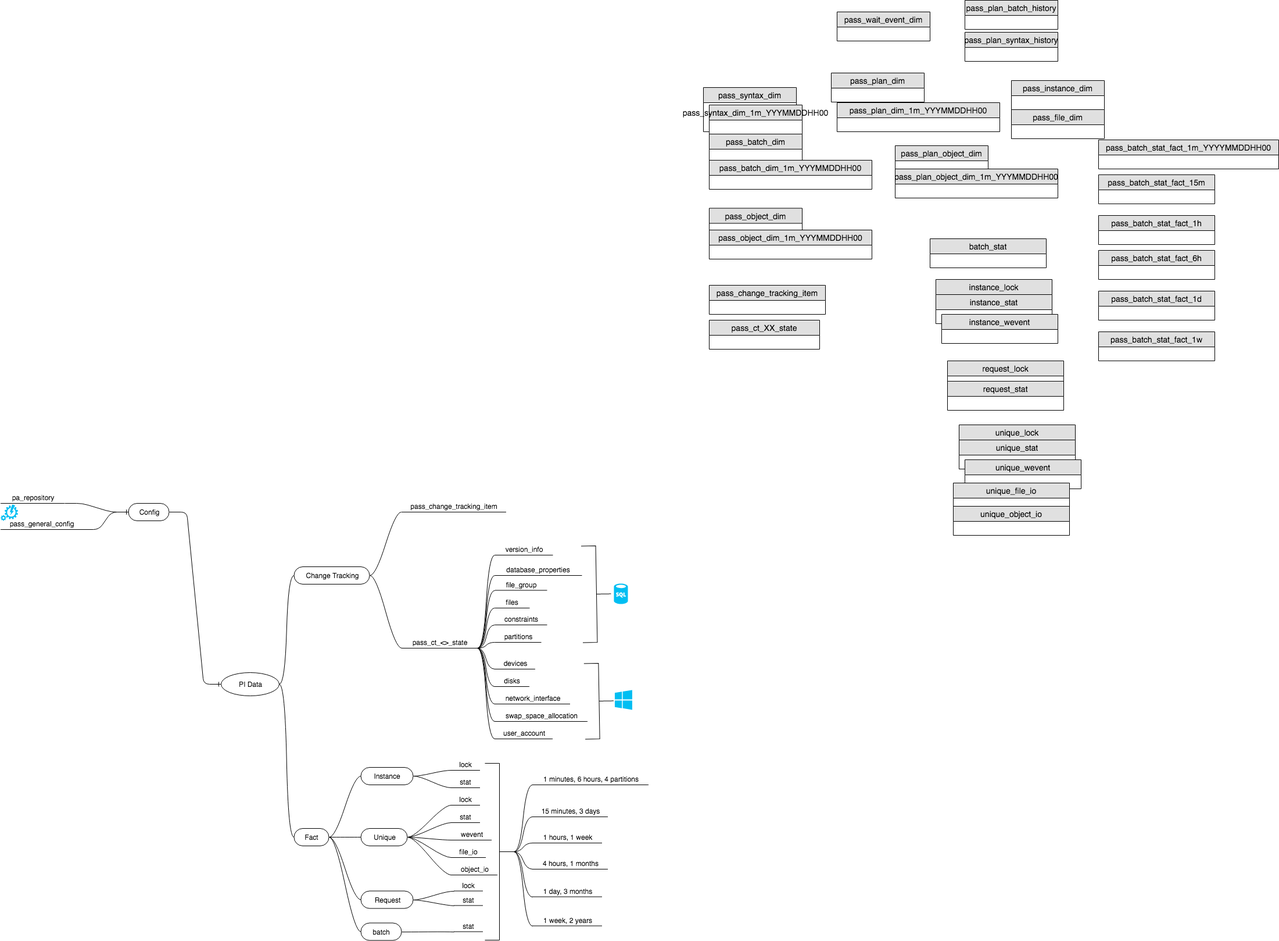
Earlier version of the draw.io export FogDB/PI/images/schema-overview.png (kevin-wang-cy/ibala). Source tidied: cells renumbered, new cells last; positions are measured from the earlier drawing's top-left corner, leaving out a move shared by most shapes.
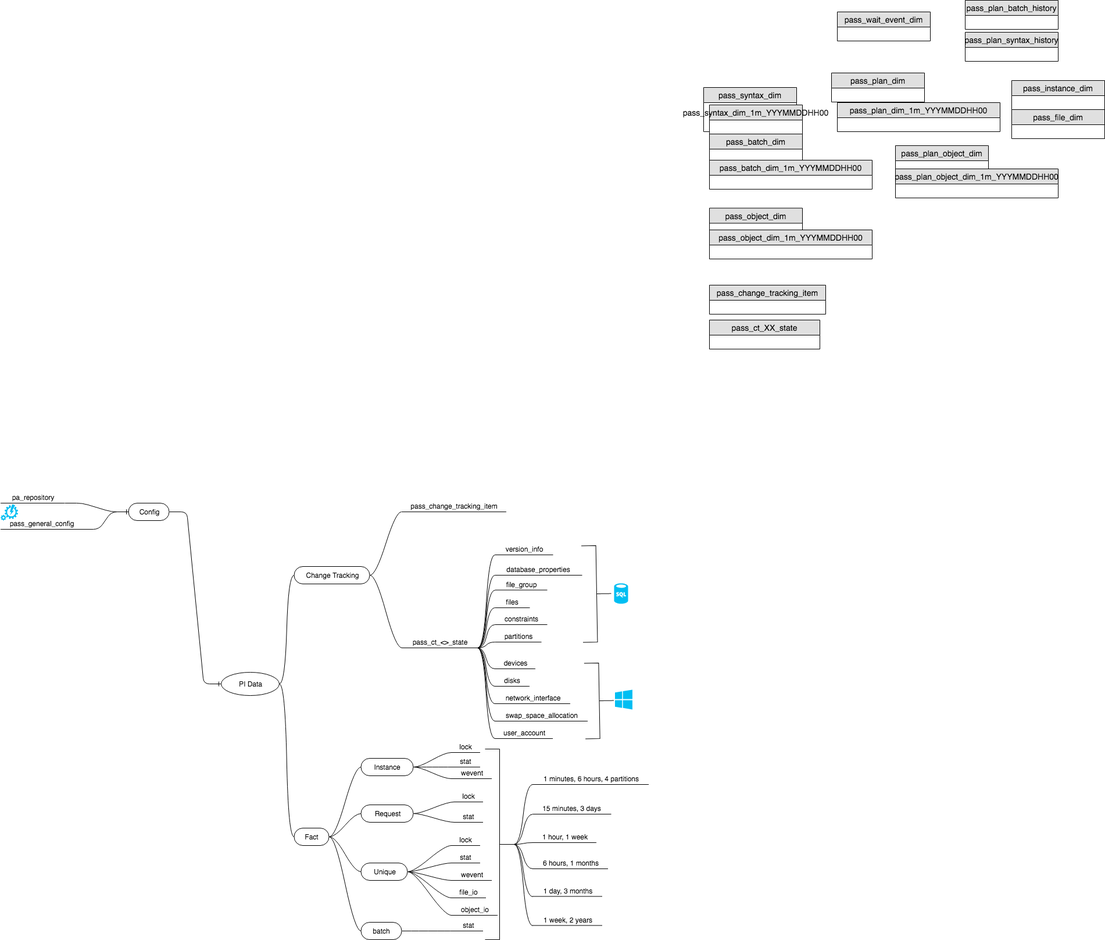
Above is the later version.

The edit, as a diff of the source:
```diff
@@ -8,27 +8,6 @@
     <mxCell id="3" value="pass_batch_dim_1m_YYYMMDDHH00" style="swimlane;fontStyle=0;horizontal=1;startSize=26;fillColor=#e0e0e0;swimlaneFillColor=#ffffff;align=center;fontSize=14;" parent="1" vertex="1">
       <mxGeometry x="1220" y="275" width="280" height="50" as="geometry" />
     </mxCell>
-    <mxCell id="4" value="pass_batch_stat_fact_1d" style="swimlane;fontStyle=0;horizontal=1;startSize=26;fillColor=#e0e0e0;swimlaneFillColor=#ffffff;align=center;fontSize=14;" parent="1" vertex="1">
-      <mxGeometry x="1890" y="500" width="200" height="50" as="geometry" />
-    </mxCell>
-    <mxCell id="5" value="pass_batch_stat_fact_15m" style="swimlane;fontStyle=0;horizontal=1;startSize=26;fillColor=#e0e0e0;swimlaneFillColor=#ffffff;align=center;fontSize=14;" parent="1" vertex="1">
-      <mxGeometry x="1890" y="300" width="200" height="50" as="geometry" />
-    </mxCell>
-    <mxCell id="6" value="pass_batch_stat_fact_1h" style="swimlane;fontStyle=0;horizontal=1;startSize=26;fillColor=#e0e0e0;swimlaneFillColor=#ffffff;align=center;fontSize=14;" parent="1" vertex="1">
-      <mxGeometry x="1890" y="370" width="200" height="50" as="geometry" />
-    </mxCell>
-    <mxCell id="7" value="pass_batch_stat_fact_6h" style="swimlane;fontStyle=0;horizontal=1;startSize=26;fillColor=#e0e0e0;swimlaneFillColor=#ffffff;align=center;fontSize=14;" parent="1" vertex="1">
-      <mxGeometry x="1890" y="430" width="200" height="50" as="geometry" />
-    </mxCell>
-    <mxCell id="8" value="pass_batch_stat_fact_1w" style="swimlane;fontStyle=0;horizontal=1;startSize=26;fillColor=#e0e0e0;swimlaneFillColor=#ffffff;align=center;fontSize=14;" parent="1" vertex="1">
-      <mxGeometry x="1890" y="570" width="200" height="50" as="geometry" />
-    </mxCell>
-    <mxCell id="9" value="pass_batch_stat_fact_1m_YYYYMMDDHH00" style="swimlane;fontStyle=0;horizontal=1;startSize=26;fillColor=#e0e0e0;swimlaneFillColor=#ffffff;align=center;fontSize=14;" parent="1" vertex="1">
-      <mxGeometry x="1890" y="240" width="310" height="50" as="geometry" />
-    </mxCell>
-    <mxCell id="10" value="batch_stat" style="swimlane;fontStyle=0;horizontal=1;startSize=26;fillColor=#e0e0e0;swimlaneFillColor=#ffffff;align=center;fontSize=14;" parent="1" vertex="1">
-      <mxGeometry x="1600" y="410" width="200" height="50" as="geometry" />
-    </mxCell>
     <mxCell id="11" value="pass_change_tracking_item" style="swimlane;fontStyle=0;horizontal=1;startSize=26;fillColor=#e0e0e0;swimlaneFillColor=#ffffff;align=center;fontSize=14;" parent="1" vertex="1">
       <mxGeometry x="1220" y="490" width="200" height="50" as="geometry" />
     </mxCell>
@@ -41,15 +20,6 @@
     <mxCell id="14" value="pass_instance_dim" style="swimlane;fontStyle=0;horizontal=1;startSize=26;fillColor=#e0e0e0;swimlaneFillColor=#ffffff;align=center;fontSize=14;" parent="1" vertex="1">
       <mxGeometry x="1740" y="138" width="160" height="50" as="geometry" />
     </mxCell>
-    <mxCell id="15" value="instance_lock" style="swimlane;fontStyle=0;horizontal=1;startSize=26;fillColor=#e0e0e0;swimlaneFillColor=#ffffff;align=center;fontSize=14;" parent="1" vertex="1">
-      <mxGeometry x="1610" y="480" width="200" height="76" as="geometry" />
-    </mxCell>
-    <mxCell id="16" value="instance_stat" style="swimlane;fontStyle=0;horizontal=1;startSize=26;fillColor=#e0e0e0;swimlaneFillColor=#ffffff;align=center;fontSize=14;" parent="15" vertex="1">
-      <mxGeometry y="26" width="200" height="50" as="geometry" />
-    </mxCell>
-    <mxCell id="17" value="instance_wevent" style="swimlane;fontStyle=0;horizontal=1;startSize=26;fillColor=#e0e0e0;swimlaneFillColor=#ffffff;align=center;fontSize=14;" parent="1" vertex="1">
-      <mxGeometry x="1620" y="540" width="200" height="50" as="geometry" />
-    </mxCell>
     <mxCell id="18" value="pass_object_dim" style="swimlane;fontStyle=0;horizontal=1;startSize=26;fillColor=#e0e0e0;swimlaneFillColor=#ffffff;align=center;fontSize=14;" parent="1" vertex="1">
       <mxGeometry x="1220" y="357.5" width="160" height="50" as="geometry" />
     </mxCell>
@@ -74,30 +44,9 @@
     <mxCell id="25" value="pass_plan_syntax_history" style="swimlane;fontStyle=0;horizontal=1;startSize=26;fillColor=#e0e0e0;swimlaneFillColor=#ffffff;align=center;fontSize=14;" parent="1" vertex="1">
       <mxGeometry x="1660" y="55" width="160" height="50" as="geometry" />
     </mxCell>
-    <mxCell id="26" value="request_lock" style="swimlane;fontStyle=0;horizontal=1;startSize=26;fillColor=#e0e0e0;swimlaneFillColor=#ffffff;align=center;fontSize=14;" parent="1" vertex="1">
-      <mxGeometry x="1630" y="620" width="200" height="50" as="geometry" />
-    </mxCell>
-    <mxCell id="27" value="request_stat" style="swimlane;fontStyle=0;horizontal=1;startSize=26;fillColor=#e0e0e0;swimlaneFillColor=#ffffff;align=center;fontSize=14;" parent="1" vertex="1">
-      <mxGeometry x="1630" y="655" width="200" height="50" as="geometry" />
-    </mxCell>
     <mxCell id="28" value="pass_syntax_dim" style="swimlane;fontStyle=0;horizontal=1;startSize=26;fillColor=#e0e0e0;swimlaneFillColor=#ffffff;align=center;fontSize=14;" parent="1" vertex="1">
       <mxGeometry x="1210" y="150" width="160" height="76" as="geometry" />
     </mxCell>
-    <mxCell id="29" value="unique_lock" style="swimlane;fontStyle=0;horizontal=1;startSize=26;fillColor=#e0e0e0;swimlaneFillColor=#ffffff;align=center;fontSize=14;" parent="1" vertex="1">
-      <mxGeometry x="1650" y="730" width="200" height="76" as="geometry" />
-    </mxCell>
-    <mxCell id="30" value="unique_stat" style="swimlane;fontStyle=0;horizontal=1;startSize=26;fillColor=#e0e0e0;swimlaneFillColor=#ffffff;align=center;fontSize=14;" parent="29" vertex="1">
-      <mxGeometry y="26" width="200" height="50" as="geometry" />
-    </mxCell>
-    <mxCell id="31" value="unique_wevent" style="swimlane;fontStyle=0;horizontal=1;startSize=26;fillColor=#e0e0e0;swimlaneFillColor=#ffffff;align=center;fontSize=14;" parent="1" vertex="1">
-      <mxGeometry x="1660" y="790" width="200" height="50" as="geometry" />
-    </mxCell>
-    <mxCell id="32" value="unique_file_io" style="swimlane;fontStyle=0;horizontal=1;startSize=26;fillColor=#e0e0e0;swimlaneFillColor=#ffffff;align=center;fontSize=14;" parent="1" vertex="1">
-      <mxGeometry x="1640" y="830" width="200" height="50" as="geometry" />
-    </mxCell>
-    <mxCell id="33" value="unique_object_io" style="swimlane;fontStyle=0;horizontal=1;startSize=26;fillColor=#e0e0e0;swimlaneFillColor=#ffffff;align=center;fontSize=14;" parent="1" vertex="1">
-      <mxGeometry x="1640" y="870" width="200" height="50" as="geometry" />
-    </mxCell>
     <mxCell id="34" value="pass_wait_event_dim" style="swimlane;fontStyle=0;horizontal=1;startSize=26;fillColor=#e0e0e0;swimlaneFillColor=#ffffff;align=center;fontSize=14;" parent="1" vertex="1">
       <mxGeometry x="1440" y="20" width="160" height="50" as="geometry" />
     </mxCell>
@@ -243,91 +192,91 @@
       <mxGeometry relative="1" as="geometry" />
     </mxCell>
     <mxCell id="78" value="Request" style="whiteSpace=wrap;html=1;rounded=1;arcSize=50;align=center;verticalAlign=middle;strokeWidth=1;spacing=4;" parent="1" vertex="1">
-      <mxGeometry x="620.5" y="1531.5" width="90" height="30" as="geometry" />
+      <mxGeometry x="620.5" y="1384" width="90" height="30" as="geometry" />
     </mxCell>
     <mxCell id="79" style="edgeStyle=entityRelationEdgeStyle;startArrow=none;endArrow=none;segment=10;curved=1;exitX=1;exitY=0.5;" parent="1" edge="1" source="76" target="78">
       <mxGeometry relative="1" as="geometry" />
     </mxCell>
     <mxCell id="80" value="Unique" style="whiteSpace=wrap;html=1;rounded=1;arcSize=50;align=center;verticalAlign=middle;strokeWidth=1;spacing=4;" parent="1" vertex="1">
-      <mxGeometry x="620.5" y="1424" width="80" height="30" as="geometry" />
+      <mxGeometry x="620.5" y="1484" width="80" height="30" as="geometry" />
     </mxCell>
     <mxCell id="81" style="edgeStyle=entityRelationEdgeStyle;startArrow=none;endArrow=none;segment=10;curved=1;exitX=1;exitY=0.5;" parent="1" edge="1" source="76" target="80">
       <mxGeometry relative="1" as="geometry" />
     </mxCell>
     <mxCell id="82" value="Instance" style="whiteSpace=wrap;html=1;rounded=1;arcSize=50;align=center;verticalAlign=middle;strokeWidth=1;spacing=4;" parent="1" vertex="1">
-      <mxGeometry x="620.5" y="1319" width="90" height="30" as="geometry" />
+      <mxGeometry x="620.5" y="1304" width="90" height="30" as="geometry" />
     </mxCell>
     <mxCell id="83" style="edgeStyle=entityRelationEdgeStyle;startArrow=none;endArrow=none;segment=10;curved=1;exitX=1;exitY=0.5;" parent="1" edge="1" source="76" target="82">
       <mxGeometry relative="1" as="geometry" />
     </mxCell>
     <mxCell id="84" value="lock" style="whiteSpace=wrap;html=1;shape=partialRectangle;top=0;left=0;bottom=1;right=0;points=[[0,1],[1,1]];strokeColor=#000000;fillColor=none;align=center;verticalAlign=bottom;routingCenterY=0.5;snapToPoint=1;" parent="1" vertex="1">
-      <mxGeometry x="775.5" y="1364" width="50" height="20" as="geometry" />
+      <mxGeometry x="775.5" y="1434" width="50" height="20" as="geometry" />
     </mxCell>
     <mxCell id="85" style="edgeStyle=entityRelationEdgeStyle;startArrow=none;endArrow=none;segment=10;curved=1;exitX=1;exitY=0.5;" parent="1" edge="1" source="80" target="84">
       <mxGeometry relative="1" as="geometry" />
     </mxCell>
     <mxCell id="86" value="stat" style="whiteSpace=wrap;html=1;shape=partialRectangle;top=0;left=0;bottom=1;right=0;points=[[0,1],[1,1]];strokeColor=#000000;fillColor=none;align=center;verticalAlign=bottom;routingCenterY=0.5;snapToPoint=1;" parent="1" vertex="1">
-      <mxGeometry x="775.5" y="1394" width="50" height="20" as="geometry" />
+      <mxGeometry x="775.5" y="1464" width="50" height="20" as="geometry" />
     </mxCell>
     <mxCell id="87" style="edgeStyle=entityRelationEdgeStyle;startArrow=none;endArrow=none;segment=10;curved=1;exitX=1;exitY=0.5;" parent="1" edge="1" source="80" target="86">
       <mxGeometry relative="1" as="geometry" />
     </mxCell>
     <mxCell id="88" value="wevent" style="whiteSpace=wrap;html=1;shape=partialRectangle;top=0;left=0;bottom=1;right=0;points=[[0,1],[1,1]];strokeColor=#000000;fillColor=none;align=center;verticalAlign=bottom;routingCenterY=0.5;snapToPoint=1;" parent="1" vertex="1">
-      <mxGeometry x="775.5" y="1424" width="70" height="20" as="geometry" />
+      <mxGeometry x="775.5" y="1494" width="70" height="20" as="geometry" />
     </mxCell>
     <mxCell id="89" style="edgeStyle=entityRelationEdgeStyle;startArrow=none;endArrow=none;segment=10;curved=1;" parent="1" edge="1" source="80" target="88">
       <mxGeometry relative="1" as="geometry" />
     </mxCell>
     <mxCell id="90" value="file_io" style="whiteSpace=wrap;html=1;shape=partialRectangle;top=0;left=0;bottom=1;right=0;points=[[0,1],[1,1]];strokeColor=#000000;fillColor=none;align=center;verticalAlign=bottom;routingCenterY=0.5;snapToPoint=1;" parent="1" vertex="1">
-      <mxGeometry x="775.5" y="1454" width="60" height="20" as="geometry" />
+      <mxGeometry x="775.5" y="1524" width="60" height="20" as="geometry" />
     </mxCell>
     <mxCell id="91" style="edgeStyle=entityRelationEdgeStyle;startArrow=none;endArrow=none;segment=10;curved=1;exitX=1;exitY=0.5;" parent="1" edge="1" source="80" target="90">
       <mxGeometry relative="1" as="geometry" />
     </mxCell>
     <mxCell id="92" value="object_io" style="whiteSpace=wrap;html=1;shape=partialRectangle;top=0;left=0;bottom=1;right=0;points=[[0,1],[1,1]];strokeColor=#000000;fillColor=none;align=center;verticalAlign=bottom;routingCenterY=0.5;snapToPoint=1;" parent="1" vertex="1">
-      <mxGeometry x="775.5" y="1484" width="80" height="20" as="geometry" />
+      <mxGeometry x="775.5" y="1554" width="80" height="20" as="geometry" />
     </mxCell>
     <mxCell id="93" style="edgeStyle=entityRelationEdgeStyle;startArrow=none;endArrow=none;segment=10;curved=1;exitX=1;exitY=0.5;" parent="1" edge="1" source="80" target="92">
       <mxGeometry relative="1" as="geometry" />
     </mxCell>
     <mxCell id="94" value="lock" style="whiteSpace=wrap;html=1;shape=partialRectangle;top=0;left=0;bottom=1;right=0;points=[[0,1],[1,1]];strokeColor=#000000;fillColor=none;align=center;verticalAlign=bottom;routingCenterY=0.5;snapToPoint=1;" parent="1" vertex="1">
-      <mxGeometry x="775.5" y="1304" width="50" height="20" as="geometry" />
+      <mxGeometry x="775.5" y="1274" width="50" height="20" as="geometry" />
     </mxCell>
     <mxCell id="95" style="edgeStyle=entityRelationEdgeStyle;startArrow=none;endArrow=none;segment=10;curved=1;exitX=1;exitY=0.5;" parent="1" edge="1" source="82" target="94">
       <mxGeometry relative="1" as="geometry" />
     </mxCell>
     <mxCell id="96" value="stat" style="whiteSpace=wrap;html=1;shape=partialRectangle;top=0;left=0;bottom=1;right=0;points=[[0,1],[1,1]];strokeColor=#000000;fillColor=none;align=center;verticalAlign=bottom;routingCenterY=0.5;snapToPoint=1;" parent="1" vertex="1">
-      <mxGeometry x="775.5" y="1334" width="50" height="20" as="geometry" />
+      <mxGeometry x="775.5" y="1299" width="50" height="20" as="geometry" />
     </mxCell>
     <mxCell id="97" style="edgeStyle=entityRelationEdgeStyle;startArrow=none;endArrow=none;segment=10;curved=1;exitX=1;exitY=0.5;" parent="1" edge="1" source="82" target="96">
       <mxGeometry relative="1" as="geometry" />
     </mxCell>
     <mxCell id="98" value="batch" style="whiteSpace=wrap;html=1;rounded=1;arcSize=50;align=center;verticalAlign=middle;strokeWidth=1;spacing=4;" parent="1" vertex="1">
-      <mxGeometry x="620.5" y="1586.5" width="70" height="30" as="geometry" />
+      <mxGeometry x="620.5" y="1586" width="70" height="30" as="geometry" />
     </mxCell>
     <mxCell id="99" style="edgeStyle=entityRelationEdgeStyle;startArrow=none;endArrow=none;segment=10;curved=1;exitX=1;exitY=0.5;" parent="1" edge="1" source="76" target="98">
       <mxGeometry relative="1" as="geometry" />
     </mxCell>
     <mxCell id="100" value="lock" style="whiteSpace=wrap;html=1;shape=partialRectangle;top=0;left=0;bottom=1;right=0;points=[[0,1],[1,1]];strokeColor=#000000;fillColor=none;align=center;verticalAlign=bottom;routingCenterY=0.5;snapToPoint=1;" parent="1" vertex="1">
-      <mxGeometry x="780.5" y="1511.5" width="50" height="20" as="geometry" />
+      <mxGeometry x="780.5" y="1359" width="50" height="20" as="geometry" />
     </mxCell>
     <mxCell id="101" style="edgeStyle=entityRelationEdgeStyle;startArrow=none;endArrow=none;segment=10;curved=1;exitX=1;exitY=0.5;" parent="1" edge="1" source="78" target="100">
       <mxGeometry relative="1" as="geometry" />
     </mxCell>
     <mxCell id="102" value="stat" style="whiteSpace=wrap;html=1;shape=partialRectangle;top=0;left=0;bottom=1;right=0;points=[[0,1],[1,1]];strokeColor=#000000;fillColor=none;align=center;verticalAlign=bottom;routingCenterY=0.5;snapToPoint=1;" parent="1" vertex="1">
-      <mxGeometry x="780.5" y="1536.5" width="50" height="20" as="geometry" />
+      <mxGeometry x="780.5" y="1394" width="50" height="20" as="geometry" />
     </mxCell>
     <mxCell id="103" style="edgeStyle=entityRelationEdgeStyle;startArrow=none;endArrow=none;segment=10;curved=1;exitX=1;exitY=0.5;" parent="1" edge="1" source="78" target="102">
       <mxGeometry relative="1" as="geometry" />
     </mxCell>
     <mxCell id="104" value="stat" style="whiteSpace=wrap;html=1;shape=partialRectangle;top=0;left=0;bottom=1;right=0;points=[[0,1],[1,1]];strokeColor=#000000;fillColor=none;align=center;verticalAlign=bottom;routingCenterY=0.5;snapToPoint=1;" parent="1" vertex="1">
-      <mxGeometry x="780.5" y="1581.5" width="50" height="20" as="geometry" />
+      <mxGeometry x="780.5" y="1581" width="50" height="20" as="geometry" />
     </mxCell>
     <mxCell id="105" style="edgeStyle=entityRelationEdgeStyle;startArrow=none;endArrow=none;segment=10;curved=1;exitX=1;exitY=0.5;" parent="1" edge="1" source="98" target="104">
       <mxGeometry relative="1" as="geometry" />
     </mxCell>
     <mxCell id="106" style="html=1;shape=mxgraph.flowchart.annotation_2;align=left;rotation=180;" parent="1" vertex="1">
-      <mxGeometry x="834" y="1312" width="50" height="304" as="geometry" />
+      <mxGeometry x="834" y="1288" width="50" height="328" as="geometry" />
     </mxCell>
     <mxCell id="107" value="1 minutes, 6 hours, 4 partitions" style="whiteSpace=wrap;html=1;shape=partialRectangle;top=0;left=0;bottom=1;right=0;points=[[0,1],[1,1]];strokeColor=#000000;fillColor=none;align=center;verticalAlign=bottom;routingCenterY=0.5;snapToPoint=1;" parent="1" vertex="1">
       <mxGeometry x="915.5" y="1329" width="200" height="20" as="geometry" />
@@ -336,18 +285,18 @@
       <mxGeometry relative="1" as="geometry" />
     </mxCell>
     <mxCell id="109" value="15 minutes, 3 days" style="whiteSpace=wrap;html=1;shape=partialRectangle;top=0;left=0;bottom=1;right=0;points=[[0,1],[1,1]];strokeColor=#000000;fillColor=none;align=center;verticalAlign=bottom;routingCenterY=0.5;snapToPoint=1;" parent="1" vertex="1">
-      <mxGeometry x="915.5" y="1384" width="130" height="20" as="geometry" />
+      <mxGeometry x="916" y="1384" width="135" height="16" as="geometry" />
     </mxCell>
     <mxCell id="110" style="edgeStyle=entityRelationEdgeStyle;startArrow=none;endArrow=none;segment=10;curved=1;exitX=0;exitY=0.5;exitPerimeter=0;" parent="1" edge="1" source="106" target="109">
       <mxGeometry relative="1" as="geometry" />
     </mxCell>
-    <mxCell id="111" value="1 hours, 1 week" style="whiteSpace=wrap;html=1;shape=partialRectangle;top=0;left=0;bottom=1;right=0;points=[[0,1],[1,1]];strokeColor=#000000;fillColor=none;align=center;verticalAlign=bottom;routingCenterY=0.5;snapToPoint=1;" parent="1" vertex="1">
-      <mxGeometry x="915.5" y="1429" width="120" height="20" as="geometry" />
+    <mxCell id="111" value="1 hour, 1 week" style="whiteSpace=wrap;html=1;shape=partialRectangle;top=0;left=0;bottom=1;right=0;points=[[0,1],[1,1]];strokeColor=#000000;fillColor=none;align=center;verticalAlign=bottom;routingCenterY=0.5;snapToPoint=1;" parent="1" vertex="1">
+      <mxGeometry x="915.5" y="1429" width="110" height="20" as="geometry" />
     </mxCell>
     <mxCell id="112" style="edgeStyle=entityRelationEdgeStyle;startArrow=none;endArrow=none;segment=10;curved=1;exitX=0;exitY=0.5;exitPerimeter=0;" parent="1" edge="1" source="106" target="111">
       <mxGeometry relative="1" as="geometry" />
     </mxCell>
-    <mxCell id="113" value="4 hours, 1 months" style="whiteSpace=wrap;html=1;shape=partialRectangle;top=0;left=0;bottom=1;right=0;points=[[0,1],[1,1]];strokeColor=#000000;fillColor=none;align=center;verticalAlign=bottom;routingCenterY=0.5;snapToPoint=1;" parent="1" vertex="1">
+    <mxCell id="113" value="6 hours, 1 months" style="whiteSpace=wrap;html=1;shape=partialRectangle;top=0;left=0;bottom=1;right=0;points=[[0,1],[1,1]];strokeColor=#000000;fillColor=none;align=center;verticalAlign=bottom;routingCenterY=0.5;snapToPoint=1;" parent="1" vertex="1">
       <mxGeometry x="915.5" y="1474" width="130" height="20" as="geometry" />
     </mxCell>
     <mxCell id="114" style="edgeStyle=entityRelationEdgeStyle;startArrow=none;endArrow=none;segment=10;curved=1;exitX=0;exitY=0.5;exitPerimeter=0;" parent="1" edge="1" source="106" target="113">
@@ -365,5 +314,11 @@
     <mxCell id="118" style="edgeStyle=entityRelationEdgeStyle;startArrow=none;endArrow=none;segment=10;curved=1;exitX=0;exitY=0.5;exitPerimeter=0;" parent="1" edge="1" source="106" target="117">
       <mxGeometry relative="1" as="geometry" />
     </mxCell>
+    <mxCell id="119" value="wevent" style="whiteSpace=wrap;html=1;shape=partialRectangle;top=0;left=0;bottom=1;right=0;points=[[0,1],[1,1]];strokeColor=#000000;fillColor=none;align=center;verticalAlign=bottom;routingCenterY=0.5;snapToPoint=1;" parent="1" vertex="1">
+      <mxGeometry x="775.5" y="1319" width="70" height="20" as="geometry" />
+    </mxCell>
+    <mxCell id="120" style="edgeStyle=entityRelationEdgeStyle;startArrow=none;endArrow=none;segment=10;curved=1;exitX=1;exitY=0.5;" parent="1" edge="1" source="82" target="119">
+      <mxGeometry relative="1" as="geometry" />
+    </mxCell>
   </root>
 </mxGraphModel>
```
